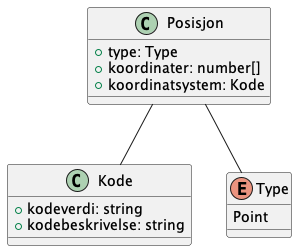
Earlier version of the PlantUML export Dokumentasjon/V2/SchemaModels/no.ks.fiks.plan.v2.felles.posisjon/posisjon.png (ks-no/fiks-plan-specification). The source it was exported from:
```plantuml
@startuml
class Posisjon {
    +type: Type
    +koordinater: number[]
    +koordinatsystem: Kode
}

Posisjon -- Kode
Posisjon -- Type

class Kode {
    +kodeverdi: string
    +kodebeskrivelse: string
}

enum Type {
    Point
}

@enduml
```
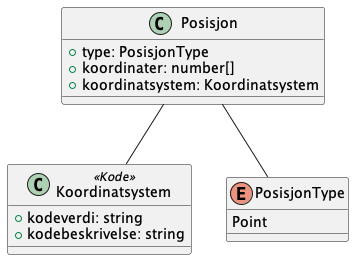
After the change.

Diff of the diagram source:
```diff
@@ -1,19 +1,19 @@
 @startuml
 class Posisjon {
-    +type: Type
+    +type: PosisjonType
     +koordinater: number[]
-    +koordinatsystem: Kode
+    +koordinatsystem: Koordinatsystem
 }
 
-Posisjon -- Kode
-Posisjon -- Type
+Posisjon -- Koordinatsystem
+Posisjon -- PosisjonType
 
-class Kode {
+class Koordinatsystem <<Kode>> {
     +kodeverdi: string
     +kodebeskrivelse: string
 }
 
-enum Type {
+enum PosisjonType {
     Point
 }
 
```
